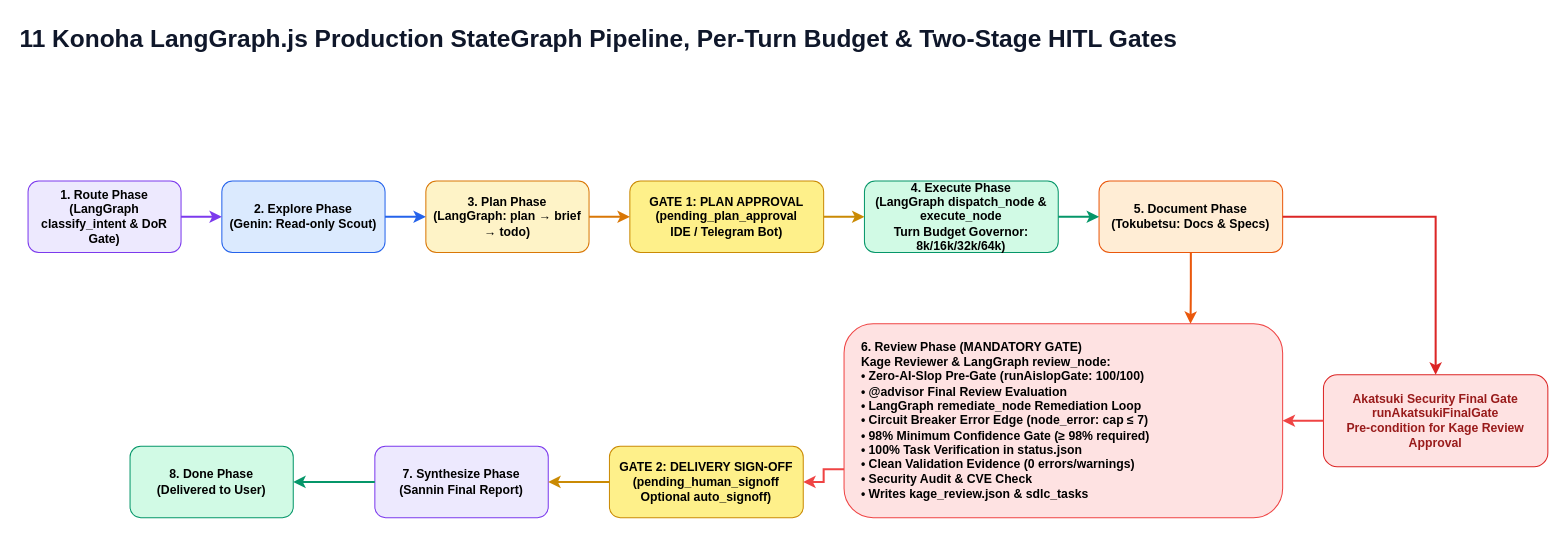
Before: page "11 Kage Pre-Delivery Reviewer Workflow Gate" (11 of 18) of docs/diagrams/konoha-architecture.drawio in andycungkrinx91/konoha, a draw.io diagram. Source tidied: cells renumbered, new cells numbered last; positions are measured from the earlier drawing's top-left corner, leaving out a move shared by most shapes. Both pictures are drawn from the tidied source at 102%, with x=0, y=0 at pixel (17, 17).
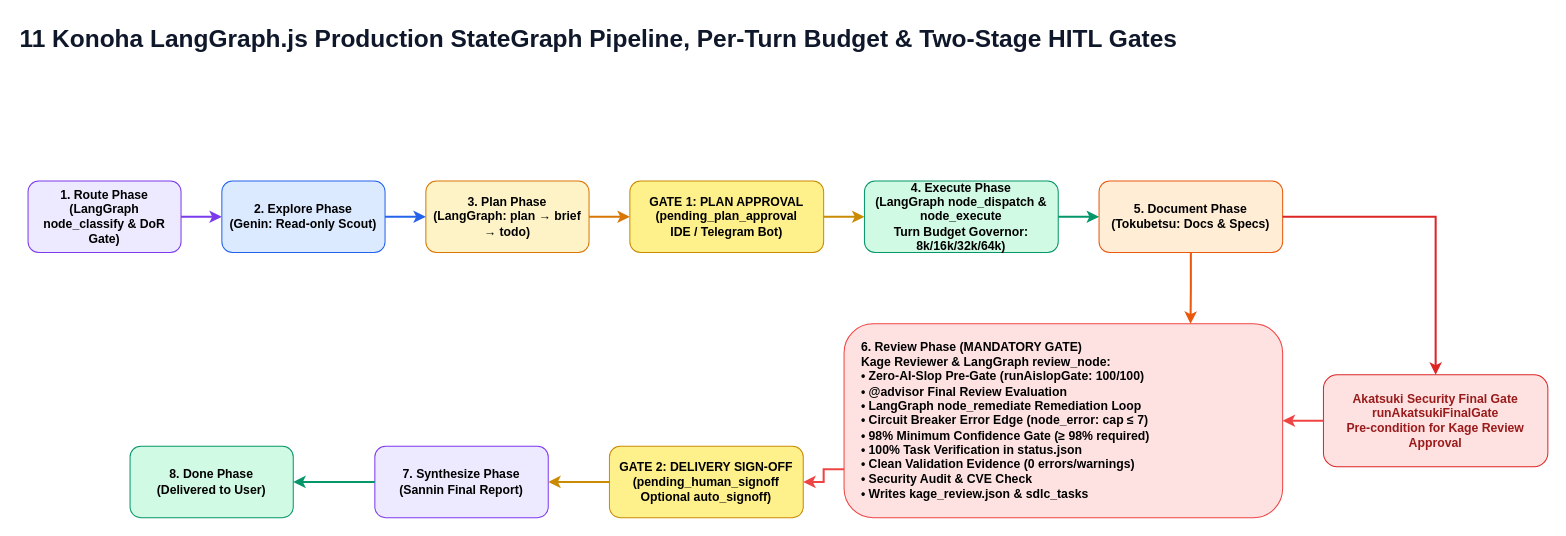
The same page after the edit.

Diff of the diagram source:
```diff
@@
-    <mxCell id="3" value="1. Route Phase&#10;(LangGraph classify_intent &amp; DoR Gate)" style="rounded=1;html=1;whiteSpace=wrap;fillColor=#ede9fe;strokeColor=#7c3aed;fontStyle=1;align=center;agent=sannin;" parent="1" vertex="1">
+    <mxCell id="3" value="1. Route Phase&#10;(LangGraph node_classify &amp; DoR Gate)" style="rounded=1;html=1;whiteSpace=wrap;fillColor=#ede9fe;strokeColor=#7c3aed;fontStyle=1;align=center;agent=sannin;" parent="1" vertex="1">
       <mxGeometry x="10" y="160" width="150" height="70" as="geometry" />
     </mxCell>
@@
-    <mxCell id="7" value="4. Execute Phase&#10;(LangGraph dispatch_node &amp; execute_node&#10;Turn Budget Governor: 8k/16k/32k/64k)" style="rounded=1;html=1;whiteSpace=wrap;fillColor=#d1fae5;strokeColor=#059669;fontStyle=1;align=center;agent=anbu;" parent="1" vertex="1">
+    <mxCell id="7" value="4. Execute Phase&#10;(LangGraph node_dispatch &amp; node_execute&#10;Turn Budget Governor: 8k/16k/32k/64k)" style="rounded=1;html=1;whiteSpace=wrap;fillColor=#d1fae5;strokeColor=#059669;fontStyle=1;align=center;agent=anbu;" parent="1" vertex="1">
       <mxGeometry x="830" y="160" width="190" height="70" as="geometry" />
     </mxCell>
@@
-    <mxCell id="9" value="6. Review Phase (MANDATORY GATE)&#10;Kage Reviewer &amp; LangGraph review_node:&#10;• Zero-AI-Slop Pre-Gate (runAislopGate: 100/100)&#10;• @advisor Final Review Evaluation&#10;• LangGraph remediate_node Remediation Loop&#10;• Circuit Breaker Error Edge (node_error: cap ≤ 7)&#10;• 98% Minimum Confidence Gate (≥ 98% required)&#10;• 100% Task Verification in status.json&#10;• Clean Validation Evidence (0 errors/warnings)&#10;• Security Audit &amp; CVE Check&#10;• Writes kage_review.json &amp; sdlc_tasks" style="rounded=1;html=1;whiteSpace=wrap;fillColor=#fee2e2;strokeColor=#ef4444;fontStyle=1;align=left;spacingLeft=15;agent=kage;" parent="1" vertex="1">
+    <mxCell id="9" value="6. Review Phase (MANDATORY GATE)&#10;Kage Reviewer &amp; LangGraph review_node:&#10;• Zero-AI-Slop Pre-Gate (runAislopGate: 100/100)&#10;• @advisor Final Review Evaluation&#10;• LangGraph node_remediate Remediation Loop&#10;• Circuit Breaker Error Edge (node_error: cap ≤ 7)&#10;• 98% Minimum Confidence Gate (≥ 98% required)&#10;• 100% Task Verification in status.json&#10;• Clean Validation Evidence (0 errors/warnings)&#10;• Security Audit &amp; CVE Check&#10;• Writes kage_review.json &amp; sdlc_tasks" style="rounded=1;html=1;whiteSpace=wrap;fillColor=#fee2e2;strokeColor=#ef4444;fontStyle=1;align=left;spacingLeft=15;agent=kage;" parent="1" vertex="1">
       <mxGeometry x="810" y="300" width="430" height="190" as="geometry" />
     </mxCell>
```
